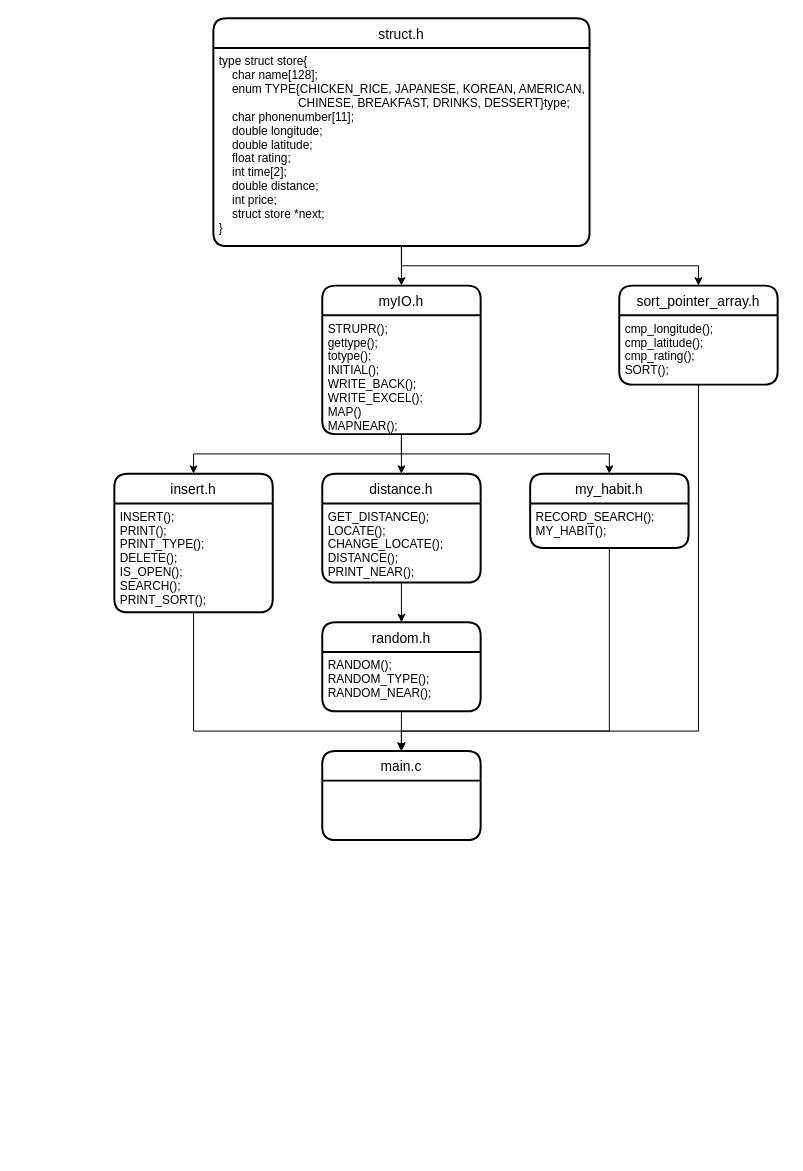
Before: Untitled Diagram3.drawio in TzuyenHuang/final_project-Structure_chart, a draw.io diagram. Source tidied: cells renumbered, new cells numbered last; positions are measured from the earlier drawing's top-left corner, leaving out a move shared by most shapes. Both pictures are drawn from the tidied source at 99%, with x=0, y=0 at pixel (114, 18).
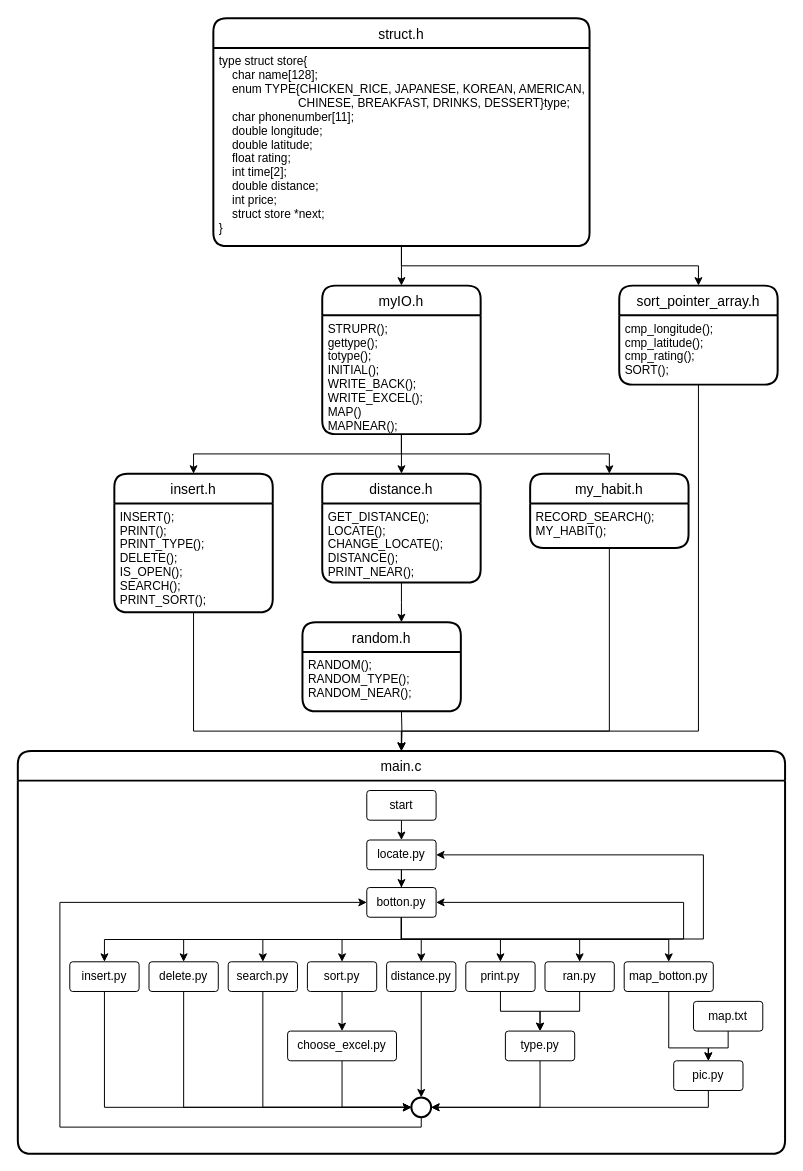
The same diagram, later.

Unchanged cells that the change refers to:
```xml
<mxCell id="5" value="INSERT();&#10;PRINT();&#10;PRINT_TYPE();&#10;DELETE();&#10;IS_OPEN();&#10;SEARCH();&#10;PRINT_SORT();" style="align=left;strokeColor=none;fillColor=none;spacingLeft=4;fontSize=12;verticalAlign=top;" parent="4" vertex="1">
  <mxGeometry y="30" width="160" height="110" as="geometry" />
</mxCell>
<mxCell id="7" value="RANDOM();&#10;RANDOM_TYPE();&#10;RANDOM_NEAR();" style="align=left;strokeColor=none;fillColor=none;spacingLeft=4;fontSize=12;verticalAlign=top;" parent="6" vertex="1">
  <mxGeometry y="30" width="160" height="60" as="geometry" />
</mxCell>
<mxCell id="9" value="GET_DISTANCE();&#10;LOCATE();&#10;CHANGE_LOCATE();&#10;DISTANCE();&#10;PRINT_NEAR();" style="align=left;strokeColor=none;fillColor=none;spacingLeft=4;fontSize=12;verticalAlign=top;" parent="8" vertex="1">
  <mxGeometry y="30" width="160" height="80" as="geometry" />
</mxCell>
```

Diff of the diagram source:
```diff
@@
     <mxCell id="6" value="random.h" style="swimlane;horizontal=1;startSize=30;rounded=1;fontSize=14;fontStyle=0;strokeWidth=2;shadow=0;dashed=0;align=center;" parent="1" vertex="1">
-      <mxGeometry x="210" y="610" width="160" height="90" as="geometry" />
+      <mxGeometry x="190" y="610" width="160" height="90" as="geometry" />
     </mxCell>
@@
-    <mxCell id="19" style="edgeStyle=orthogonalEdgeStyle;rounded=0;jettySize=auto;html=1;entryX=0.5;entryY=0;entryDx=0;entryDy=0;" parent="1" edge="1" source="9" target="6">
-      <mxGeometry relative="1" as="geometry" />
+    <mxCell id="19" style="edgeStyle=orthogonalEdgeStyle;rounded=0;jettySize=auto;html=1;entryX=0.5;entryY=0;entryDx=0;entryDy=0;" parent="1" edge="1" source="9">
+      <mxGeometry relative="1" as="geometry">
+        <mxPoint x="290" y="610" as="targetPoint" />
+      </mxGeometry>
     </mxCell>
@@
     <mxCell id="21" value="main.c" style="swimlane;horizontal=1;startSize=30;rounded=1;fontSize=14;fontStyle=0;strokeWidth=2;shadow=0;dashed=0;align=center;" parent="1" vertex="1">
-      <mxGeometry x="210" y="740" width="160" height="90" as="geometry" />
+      <mxGeometry x="-97.5" y="740" width="775" height="407" as="geometry" />
     </mxCell>
-    <mxCell id="22" style="edgeStyle=orthogonalEdgeStyle;rounded=0;jettySize=auto;html=1;entryX=0.5;entryY=0;entryDx=0;entryDy=0;" parent="1" edge="1" source="7" target="21">
-      <mxGeometry relative="1" as="geometry" />
+    <mxCell id="22" style="edgeStyle=orthogonalEdgeStyle;rounded=0;jettySize=auto;html=1;entryX=0.5;entryY=0;entryDx=0;entryDy=0;" parent="1" edge="1" target="21">
+      <mxGeometry relative="1" as="geometry">
+        <mxPoint x="290" y="700" as="sourcePoint" />
+      </mxGeometry>
     </mxCell>
-    <mxCell id="23" style="edgeStyle=orthogonalEdgeStyle;rounded=0;jettySize=auto;html=1;entryX=0.5;entryY=0;entryDx=0;entryDy=0;exitX=0.5;exitY=1;exitDx=0;exitDy=0;" parent="1" edge="1" source="5" target="21">
-      <mxGeometry relative="1" as="geometry">
-        <Array as="points">
-          <mxPoint x="80" y="720" />
-          <mxPoint x="290" y="720" />
-        </Array>
-      </mxGeometry>
-    </mxCell>
@@
+    <mxCell id="27" style="edgeStyle=orthogonalEdgeStyle;rounded=0;jettySize=auto;html=1;entryX=1;entryY=0.5;entryDx=0;entryDy=0;entryPerimeter=0;" parent="1" edge="1" source="28" target="66">
+      <mxGeometry relative="1" as="geometry">
+        <Array as="points">
+          <mxPoint x="600" y="1100" />
+        </Array>
+      </mxGeometry>
+    </mxCell>
+    <mxCell id="28" value="pic.py" style="rounded=1;arcSize=10;whiteSpace=wrap;html=1;align=center;" parent="1" vertex="1">
+      <mxGeometry x="565" y="1053" width="70" height="30" as="geometry" />
+    </mxCell>
+    <mxCell id="29" style="edgeStyle=orthogonalEdgeStyle;rounded=0;jettySize=auto;html=1;entryX=0;entryY=0.5;entryDx=0;entryDy=0;entryPerimeter=0;exitX=0.5;exitY=1;exitDx=0;exitDy=0;" parent="1" edge="1" source="30" target="66">
+      <mxGeometry relative="1" as="geometry" />
+    </mxCell>
+    <mxCell id="30" value="choose_excel.py" style="rounded=1;arcSize=10;whiteSpace=wrap;html=1;align=center;" parent="1" vertex="1">
+      <mxGeometry x="175" y="1023" width="110" height="30" as="geometry" />
+    </mxCell>
+    <mxCell id="31" style="edgeStyle=orthogonalEdgeStyle;rounded=0;jettySize=auto;html=1;entryX=0.5;entryY=0;entryDx=0;entryDy=0;" parent="1" edge="1" source="32" target="28">
+      <mxGeometry relative="1" as="geometry">
+        <Array as="points">
+          <mxPoint x="560" y="1040" />
+          <mxPoint x="600" y="1040" />
+        </Array>
+      </mxGeometry>
+    </mxCell>
+    <mxCell id="32" value="map_botton.py" style="rounded=1;arcSize=10;whiteSpace=wrap;html=1;align=center;" parent="1" vertex="1">
+      <mxGeometry x="515" y="953" width="90" height="30" as="geometry" />
+    </mxCell>
+    <mxCell id="33" style="edgeStyle=orthogonalEdgeStyle;rounded=0;jettySize=auto;html=1;entryX=0.5;entryY=0;entryDx=0;entryDy=0;" parent="1" edge="1" source="34" target="58">
+      <mxGeometry relative="1" as="geometry" />
+    </mxCell>
+    <mxCell id="34" value="locate.py" style="rounded=1;arcSize=10;whiteSpace=wrap;html=1;align=center;" parent="1" vertex="1">
+      <mxGeometry x="255" y="830" width="70" height="30" as="geometry" />
+    </mxCell>
+    <mxCell id="35" style="edgeStyle=orthogonalEdgeStyle;rounded=0;jettySize=auto;html=1;entryX=0.5;entryY=0;entryDx=0;entryDy=0;" parent="1" edge="1" source="36" target="30">
+      <mxGeometry relative="1" as="geometry" />
+    </mxCell>
+    <mxCell id="36" value="sort.py" style="rounded=1;arcSize=10;whiteSpace=wrap;html=1;align=center;" parent="1" vertex="1">
+      <mxGeometry x="195" y="953" width="70" height="30" as="geometry" />
+    </mxCell>
+    <mxCell id="37" style="edgeStyle=orthogonalEdgeStyle;rounded=0;jettySize=auto;html=1;entryX=0.5;entryY=0;entryDx=0;entryDy=0;entryPerimeter=0;" parent="1" edge="1" source="38" target="66">
+      <mxGeometry relative="1" as="geometry" />
+    </mxCell>
+    <mxCell id="38" value="distance.py" style="rounded=1;arcSize=10;whiteSpace=wrap;html=1;align=center;" parent="1" vertex="1">
+      <mxGeometry x="275" y="953" width="70" height="30" as="geometry" />
+    </mxCell>
+    <mxCell id="39" style="edgeStyle=orthogonalEdgeStyle;rounded=0;jettySize=auto;html=1;entryX=1;entryY=0.5;entryDx=0;entryDy=0;entryPerimeter=0;exitX=0.5;exitY=1;exitDx=0;exitDy=0;" parent="1" edge="1" source="40" target="66">
+      <mxGeometry relative="1" as="geometry" />
+    </mxCell>
+    <mxCell id="40" value="type.py" style="rounded=1;arcSize=10;whiteSpace=wrap;html=1;align=center;" parent="1" vertex="1">
+      <mxGeometry x="395" y="1023" width="70" height="30" as="geometry" />
+    </mxCell>
+    <mxCell id="41" style="edgeStyle=orthogonalEdgeStyle;rounded=0;jettySize=auto;html=1;entryX=0.5;entryY=0;entryDx=0;entryDy=0;exitX=0.5;exitY=1;exitDx=0;exitDy=0;" parent="1" edge="1" source="42" target="40">
+      <mxGeometry relative="1" as="geometry" />
+    </mxCell>
+    <mxCell id="42" value="print.py" style="rounded=1;arcSize=10;whiteSpace=wrap;html=1;align=center;" parent="1" vertex="1">
+      <mxGeometry x="355" y="953" width="70" height="30" as="geometry" />
+    </mxCell>
+    <mxCell id="43" style="edgeStyle=orthogonalEdgeStyle;rounded=0;jettySize=auto;html=1;entryX=0;entryY=0.5;entryDx=0;entryDy=0;entryPerimeter=0;exitX=0.5;exitY=1;exitDx=0;exitDy=0;" parent="1" edge="1" source="44" target="66">
+      <mxGeometry relative="1" as="geometry" />
+    </mxCell>
+    <mxCell id="44" value="search.py" style="rounded=1;arcSize=10;whiteSpace=wrap;html=1;align=center;" parent="1" vertex="1">
+      <mxGeometry x="115" y="953" width="70" height="30" as="geometry" />
+    </mxCell>
+    <mxCell id="45" style="edgeStyle=orthogonalEdgeStyle;rounded=0;jettySize=auto;html=1;entryX=0;entryY=0.5;entryDx=0;entryDy=0;entryPerimeter=0;exitX=0.5;exitY=1;exitDx=0;exitDy=0;" parent="1" edge="1" source="46" target="66">
+      <mxGeometry relative="1" as="geometry" />
+    </mxCell>
+    <mxCell id="46" value="delete.py" style="rounded=1;arcSize=10;whiteSpace=wrap;html=1;align=center;" parent="1" vertex="1">
+      <mxGeometry x="35" y="953" width="70" height="30" as="geometry" />
+    </mxCell>
+    <mxCell id="47" style="edgeStyle=orthogonalEdgeStyle;rounded=0;jettySize=auto;html=1;entryX=0;entryY=0.5;entryDx=0;entryDy=0;entryPerimeter=0;exitX=0.5;exitY=1;exitDx=0;exitDy=0;" parent="1" edge="1" source="48" target="66">
+      <mxGeometry relative="1" as="geometry" />
+    </mxCell>
+    <mxCell id="48" value="insert.py" style="rounded=1;arcSize=10;whiteSpace=wrap;html=1;align=center;" parent="1" vertex="1">
+      <mxGeometry x="-45" y="953" width="70" height="30" as="geometry" />
+    </mxCell>
+    <mxCell id="49" style="edgeStyle=orthogonalEdgeStyle;rounded=0;jettySize=auto;html=1;entryX=0.5;entryY=0;entryDx=0;entryDy=0;exitX=0.5;exitY=1;exitDx=0;exitDy=0;" parent="1" edge="1" source="58" target="42">
+      <mxGeometry relative="1" as="geometry" />
+    </mxCell>
+    <mxCell id="50" style="edgeStyle=orthogonalEdgeStyle;rounded=0;jettySize=auto;html=1;entryX=0.5;entryY=0;entryDx=0;entryDy=0;exitX=0.5;exitY=1;exitDx=0;exitDy=0;" parent="1" edge="1" source="58" target="36">
+      <mxGeometry relative="1" as="geometry" />
+    </mxCell>
+    <mxCell id="51" style="edgeStyle=orthogonalEdgeStyle;rounded=0;jettySize=auto;html=1;entryX=0.5;entryY=0;entryDx=0;entryDy=0;exitX=0.5;exitY=1;exitDx=0;exitDy=0;" parent="1" edge="1" source="58" target="44">
+      <mxGeometry relative="1" as="geometry" />
+    </mxCell>
+    <mxCell id="52" style="edgeStyle=orthogonalEdgeStyle;rounded=0;jettySize=auto;html=1;entryX=0.5;entryY=0;entryDx=0;entryDy=0;exitX=0.5;exitY=1;exitDx=0;exitDy=0;" parent="1" edge="1" source="58" target="46">
+      <mxGeometry relative="1" as="geometry" />
+    </mxCell>
+    <mxCell id="53" style="edgeStyle=orthogonalEdgeStyle;rounded=0;jettySize=auto;html=1;entryX=0.5;entryY=0;entryDx=0;entryDy=0;exitX=0.5;exitY=1;exitDx=0;exitDy=0;" parent="1" edge="1" source="58" target="48">
+      <mxGeometry relative="1" as="geometry" />
+    </mxCell>
+    <mxCell id="54" style="edgeStyle=orthogonalEdgeStyle;rounded=0;jettySize=auto;html=1;entryX=0.5;entryY=0;entryDx=0;entryDy=0;exitX=0.5;exitY=1;exitDx=0;exitDy=0;" parent="1" edge="1" source="58" target="38">
+      <mxGeometry relative="1" as="geometry" />
+    </mxCell>
+    <mxCell id="55" style="edgeStyle=orthogonalEdgeStyle;rounded=0;jettySize=auto;html=1;entryX=0.5;entryY=0;entryDx=0;entryDy=0;exitX=0.5;exitY=1;exitDx=0;exitDy=0;" parent="1" edge="1" source="58" target="60">
+      <mxGeometry relative="1" as="geometry" />
+    </mxCell>
+    <mxCell id="56" style="edgeStyle=orthogonalEdgeStyle;rounded=0;jettySize=auto;html=1;entryX=1;entryY=0.5;entryDx=0;entryDy=0;exitX=0.5;exitY=1;exitDx=0;exitDy=0;" parent="1" edge="1" source="58" target="34">
+      <mxGeometry relative="1" as="geometry">
+        <Array as="points">
+          <mxPoint x="290" y="930" />
+          <mxPoint x="595" y="930" />
+          <mxPoint x="595" y="845" />
+        </Array>
+      </mxGeometry>
+    </mxCell>
+    <mxCell id="57" style="edgeStyle=orthogonalEdgeStyle;rounded=0;jettySize=auto;html=1;entryX=0.5;entryY=0;entryDx=0;entryDy=0;exitX=0.5;exitY=1;exitDx=0;exitDy=0;" parent="1" edge="1" source="58" target="32">
+      <mxGeometry relative="1" as="geometry" />
+    </mxCell>
+    <mxCell id="58" value="botton.py" style="rounded=1;arcSize=10;whiteSpace=wrap;html=1;align=center;" parent="1" vertex="1">
+      <mxGeometry x="255" y="878" width="70" height="30" as="geometry" />
+    </mxCell>
+    <mxCell id="59" style="edgeStyle=orthogonalEdgeStyle;rounded=0;jettySize=auto;html=1;entryX=0.5;entryY=0;entryDx=0;entryDy=0;exitX=0.5;exitY=1;exitDx=0;exitDy=0;" parent="1" edge="1" source="60" target="40">
+      <mxGeometry relative="1" as="geometry" />
+    </mxCell>
+    <mxCell id="60" value="ran.py" style="rounded=1;arcSize=10;whiteSpace=wrap;html=1;align=center;" parent="1" vertex="1">
+      <mxGeometry x="435" y="953" width="70" height="30" as="geometry" />
+    </mxCell>
+    <mxCell id="61" style="edgeStyle=orthogonalEdgeStyle;rounded=0;jettySize=auto;html=1;entryX=0.5;entryY=0;entryDx=0;entryDy=0;exitX=0.5;exitY=1;exitDx=0;exitDy=0;" parent="1" edge="1" source="62" target="28">
+      <mxGeometry relative="1" as="geometry">
+        <Array as="points">
+          <mxPoint x="620" y="1040" />
+          <mxPoint x="600" y="1040" />
+        </Array>
+      </mxGeometry>
+    </mxCell>
+    <mxCell id="62" value="map.txt" style="rounded=1;arcSize=10;whiteSpace=wrap;html=1;align=center;" parent="1" vertex="1">
+      <mxGeometry x="585" y="993" width="70" height="30" as="geometry" />
+    </mxCell>
+    <mxCell id="23" style="edgeStyle=orthogonalEdgeStyle;rounded=0;jettySize=auto;html=1;entryX=0.5;entryY=0;entryDx=0;entryDy=0;" parent="1" edge="1" source="5" target="21">
+      <mxGeometry relative="1" as="geometry">
+        <Array as="points">
+          <mxPoint x="80" y="720" />
+          <mxPoint x="290" y="720" />
+        </Array>
+      </mxGeometry>
+    </mxCell>
+    <mxCell id="63" style="edgeStyle=orthogonalEdgeStyle;rounded=0;jettySize=auto;html=1;entryX=0.5;entryY=0;entryDx=0;entryDy=0;exitX=0.5;exitY=1;exitDx=0;exitDy=0;" parent="1" edge="1" source="64" target="34">
+      <mxGeometry relative="1" as="geometry" />
+    </mxCell>
+    <mxCell id="64" value="start" style="rounded=1;arcSize=10;whiteSpace=wrap;html=1;align=center;" parent="1" vertex="1">
+      <mxGeometry x="255" y="780" width="70" height="30" as="geometry" />
+    </mxCell>
+    <mxCell id="65" style="edgeStyle=orthogonalEdgeStyle;rounded=0;jettySize=auto;html=1;entryX=0;entryY=0.5;entryDx=0;entryDy=0;exitX=0.5;exitY=1;exitDx=0;exitDy=0;exitPerimeter=0;" parent="1" edge="1" source="66" target="58">
+      <mxGeometry relative="1" as="geometry">
+        <Array as="points">
+          <mxPoint x="310" y="1120" />
+          <mxPoint x="-55" y="1120" />
+          <mxPoint x="-55" y="893" />
+        </Array>
+      </mxGeometry>
+    </mxCell>
+    <mxCell id="66" style="strokeWidth=2;html=1;shape=mxgraph.flowchart.start_2;whiteSpace=wrap;" parent="1" vertex="1">
+      <mxGeometry x="300" y="1090" width="20" height="20" as="geometry" />
+    </mxCell>
+    <mxCell id="67" style="edgeStyle=orthogonalEdgeStyle;rounded=0;orthogonalLoop=1;jettySize=auto;html=1;entryX=1;entryY=0.5;entryDx=0;entryDy=0;exitX=0.5;exitY=1;exitDx=0;exitDy=0;" parent="1" edge="1" source="58" target="58">
+      <mxGeometry relative="1" as="geometry">
+        <Array as="points">
+          <mxPoint x="290" y="930" />
+          <mxPoint x="575" y="930" />
+          <mxPoint x="575" y="893" />
+        </Array>
+      </mxGeometry>
+    </mxCell>
```
